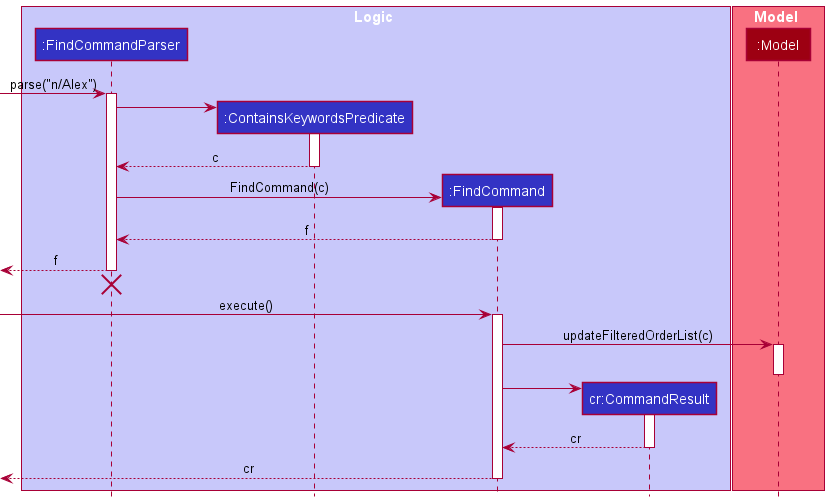
Above: docs/images/FindSequenceDiagram.png in nus-cs2103-AY2021S2/tp (PlantUML), before the change.
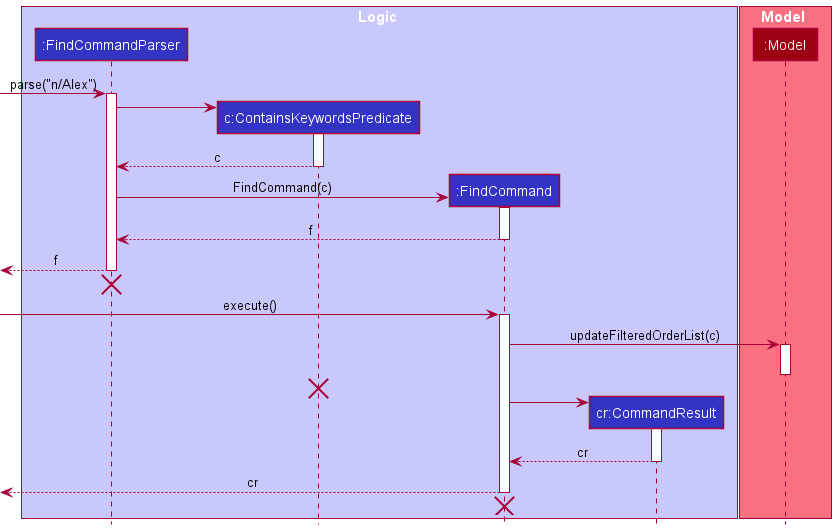
After the change.

Diff of the diagram source:
```diff
@@ -3,7 +3,7 @@
 
 box Logic LOGIC_COLOR_T1
 participant ":FindCommandParser" as FindCommandParser LOGIC_COLOR
-participant ":ContainsKeywordsPredicate" as ContainsKeywordsPredicate LOGIC_COLOR
+participant "c:ContainsKeywordsPredicate" as ContainsKeywordsPredicate LOGIC_COLOR
 participant ":FindCommand" as FindCommand LOGIC_COLOR
 participant "cr:CommandResult" as CommandResult LOGIC_COLOR
 end box
@@ -42,6 +42,9 @@
 
 deactivate Model
 
+FindCommandParser <-[hidden]- ContainsKeywordsPredicate
+destroy ContainsKeywordsPredicate
+
 create CommandResult
 FindCommand -> CommandResult
 activate CommandResult
@@ -52,4 +55,7 @@
 [<-- FindCommand : cr
 deactivate FindCommand
 
+[<-[hidden]- FindCommand
+destroy FindCommand
+
 @enduml
```
